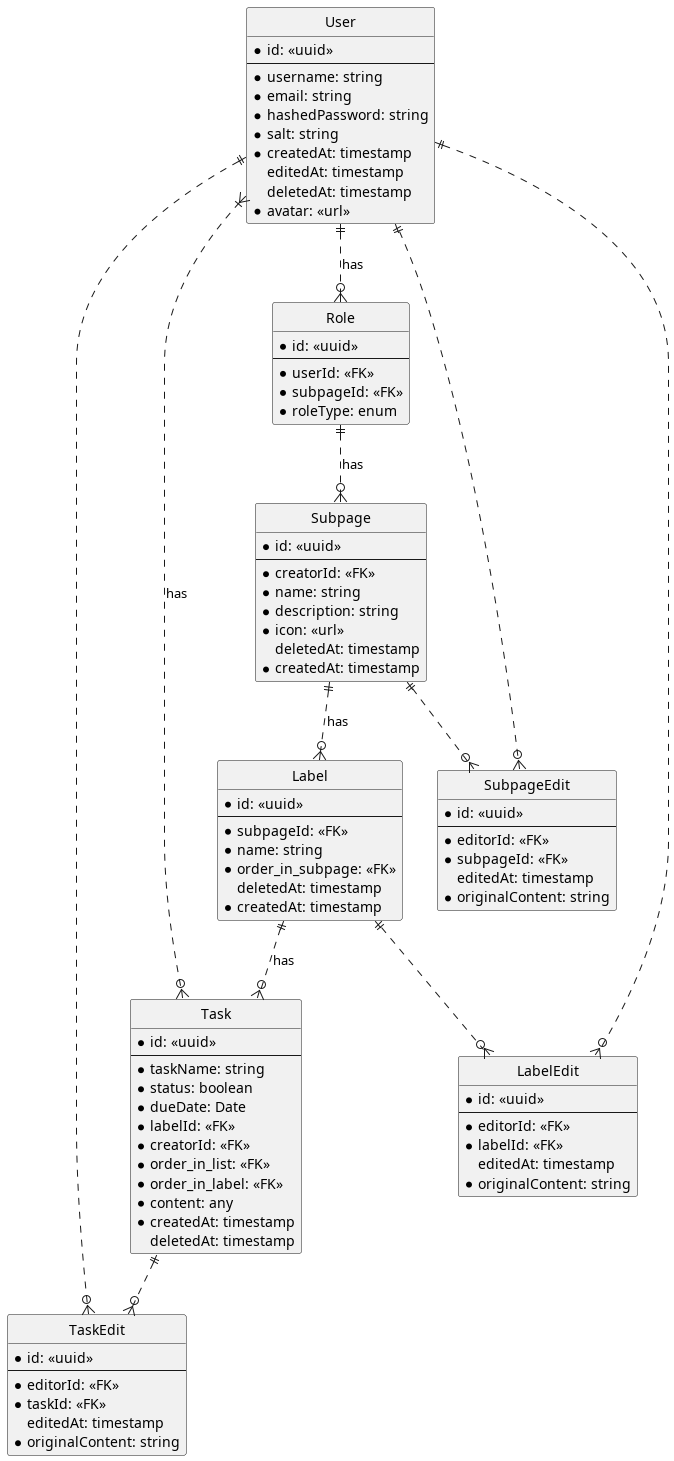
The PlantUML diagram diagrams/nushn.png in allneu/pb138-project-nushn, before a commit.
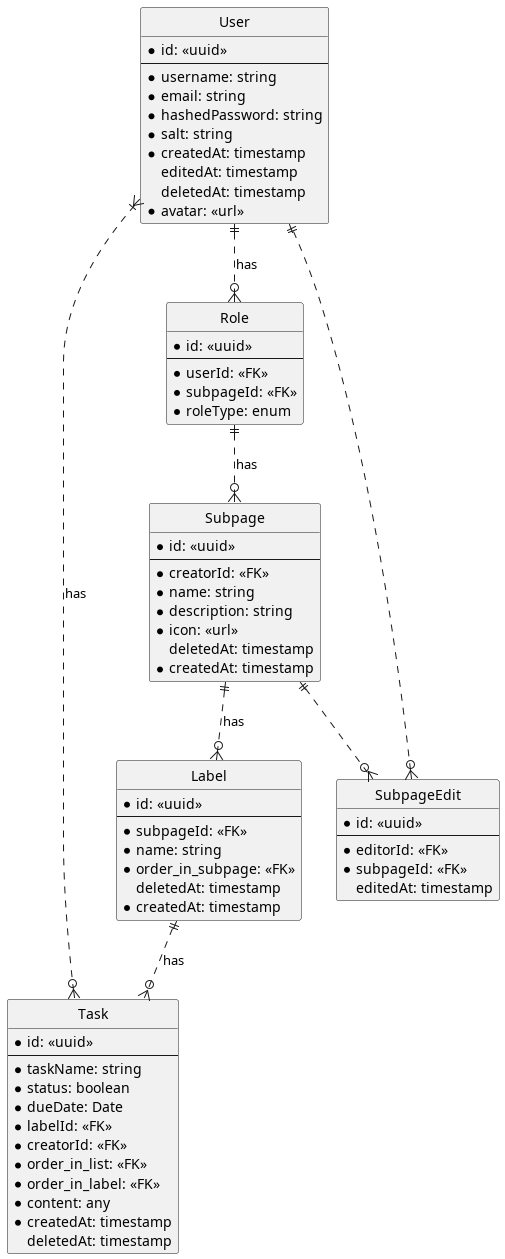
Later version of the same file.

Commit message:
fix: altered prisma schema & diagrams

Change to the diagram source:
```diff
@@ -59,40 +59,18 @@
     deletedAt: timestamp
 }
 
-entity TaskEdit {
-    * id: <<uuid>>
-    ---
-    * editorId: <<FK>>
-    * taskId: <<FK>>
-    editedAt: timestamp
-    * originalContent: string
-}
-entity LabelEdit {
-    * id: <<uuid>>
-    ---
-    * editorId: <<FK>>
-    * labelId: <<FK>>
-    editedAt: timestamp
-    * originalContent: string
-}
 entity SubpageEdit {
     * id: <<uuid>>
     ---
     * editorId: <<FK>>
     * subpageId: <<FK>>
     editedAt: timestamp
-    * originalContent: string
 }
 
 
 User }|..o{ Task : has
 Subpage ||..o{ Label : has
 Label ||..o{ Task : has
-Task ||..o{ TaskEdit
-User ||..o{ TaskEdit
-
-Label ||..o{ LabelEdit
-User ||..o{ LabelEdit
 
 Subpage ||..o{ SubpageEdit
 User ||..o{ SubpageEdit
```
